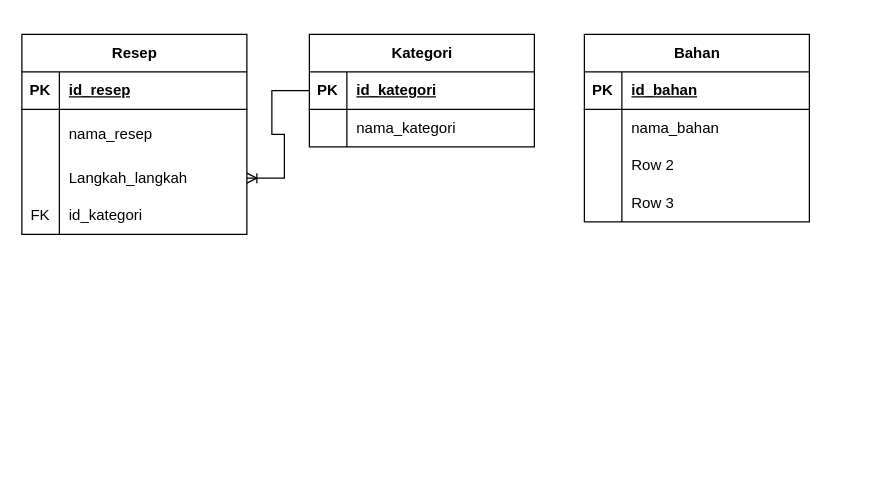
The draw.io diagram Diagram Tanpa Judul.drawio in kokowase/Resep-Makanan, before the edit. Source tidied: cells renumbered, new cells numbered last; positions are measured from the earlier drawing's top-left corner, leaving out a move shared by most shapes. Both pictures are drawn from the tidied source at 125%, with x=0, y=0 at pixel (21, 34).
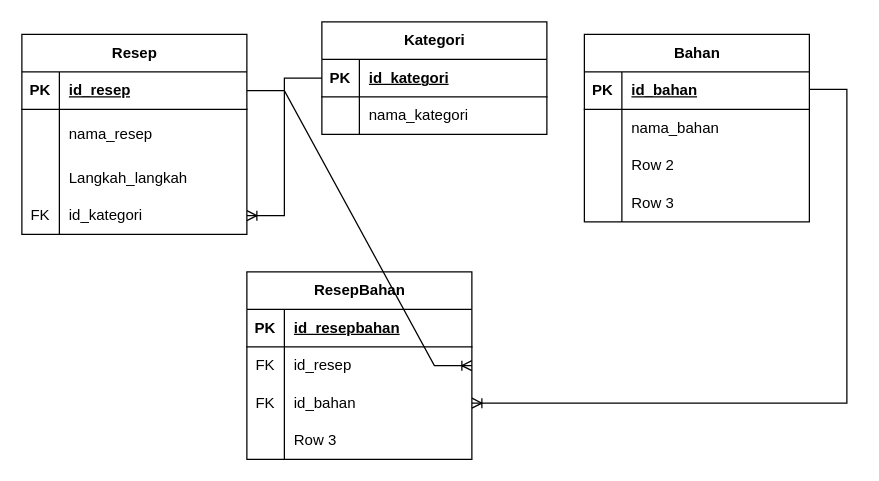
Above is the later version.

Unchanged cells that the change refers to:
```xml
<mxCell id="4" style="shape=tableRow;horizontal=0;startSize=0;swimlaneHead=0;swimlaneBody=0;fillColor=none;points=[[0,0.5],[1,0.5]];portConstraint=eastwest;top=0;left=0;right=0;bottom=1;" parent="3" vertex="1">
  <mxGeometry y="30" width="180" height="30" as="geometry" />
</mxCell>
<mxCell id="10" style="shape=tableRow;horizontal=0;startSize=0;swimlaneHead=0;swimlaneBody=0;fillColor=none;points=[[0,0.5],[1,0.5]];portConstraint=eastwest;top=0;left=0;right=0;bottom=0;" parent="3" vertex="1">
  <mxGeometry y="100" width="180" height="30" as="geometry" />
</mxCell>
<mxCell id="13" style="shape=tableRow;horizontal=0;startSize=0;swimlaneHead=0;swimlaneBody=0;fillColor=none;points=[[0,0.5],[1,0.5]];portConstraint=eastwest;top=0;left=0;right=0;bottom=0;" parent="3" vertex="1">
  <mxGeometry y="130" width="180" height="30" as="geometry" />
</mxCell>
<mxCell id="17" style="shape=tableRow;horizontal=0;startSize=0;swimlaneHead=0;swimlaneBody=0;fillColor=none;points=[[0,0.5],[1,0.5]];portConstraint=eastwest;top=0;left=0;right=0;bottom=1;" parent="16" vertex="1">
  <mxGeometry y="30" width="180" height="30" as="geometry" />
</mxCell>
```

The edit, as a diff of the source:
```diff
@@
-    <mxCell id="2" style="edgeStyle=entityRelationEdgeStyle;fontSize=12;html=1;endArrow=ERoneToMany;rounded=0;entryX=1;entryY=0.5;entryDx=0;entryDy=0;exitX=0;exitY=0.5;exitDx=0;exitDy=0;" parent="1" edge="1" source="17" target="10">
+    <mxCell id="2" style="edgeStyle=entityRelationEdgeStyle;fontSize=12;html=1;endArrow=ERoneToMany;rounded=0;entryX=1;entryY=0.5;entryDx=0;entryDy=0;exitX=0;exitY=0.5;exitDx=0;exitDy=0;" parent="1" edge="1" source="17" target="13">
       <mxGeometry relative="1" as="geometry" />
     </mxCell>
@@
     <mxCell id="16" value="Kategori" style="shape=table;startSize=30;childLayout=tableLayout;rowLines=0;fontStyle=1;align=center;html=1;" parent="1" vertex="1">
-      <mxGeometry x="230" width="180" height="90" as="geometry" />
+      <mxGeometry x="240" y="-10" width="180" height="90" as="geometry" />
     </mxCell>
@@
+    <mxCell id="36" value="ResepBahan" style="shape=table;startSize=30;childLayout=tableLayout;rowLines=0;fontStyle=1;align=center;html=1;" parent="1" vertex="1">
+      <mxGeometry x="180" y="190" width="180" height="150" as="geometry" />
+    </mxCell>
+    <mxCell id="37" style="shape=tableRow;horizontal=0;startSize=0;swimlaneHead=0;swimlaneBody=0;fillColor=none;top=0;left=0;right=0;bottom=1;" parent="36" vertex="1">
+      <mxGeometry y="30" width="180" height="30" as="geometry" />
+    </mxCell>
+    <mxCell id="38" value="PK" style="shape=partialRectangle;fillColor=none;top=0;left=0;bottom=0;right=0;fontStyle=1;overflow=hidden;whiteSpace=wrap;html=1;" parent="37" vertex="1">
+      <mxGeometry width="30" height="30" as="geometry" />
+    </mxCell>
+    <mxCell id="39" value="id_resepbahan" style="shape=partialRectangle;fillColor=none;top=0;left=0;bottom=0;right=0;align=left;spacingLeft=6;fontStyle=5;overflow=hidden;whiteSpace=wrap;html=1;" parent="37" vertex="1">
+      <mxGeometry x="30" width="150" height="30" as="geometry" />
+    </mxCell>
+    <mxCell id="40" style="shape=tableRow;horizontal=0;startSize=0;swimlaneHead=0;swimlaneBody=0;fillColor=none;points=[[0,0.5],[1,0.5]];portConstraint=eastwest;top=0;left=0;right=0;bottom=0;" parent="36" vertex="1">
+      <mxGeometry y="60" width="180" height="30" as="geometry" />
+    </mxCell>
+    <mxCell id="41" value="FK" style="shape=partialRectangle;fillColor=none;top=0;left=0;bottom=0;right=0;overflow=hidden;whiteSpace=wrap;html=1;" parent="40" vertex="1">
+      <mxGeometry width="30" height="30" as="geometry" />
+    </mxCell>
+    <mxCell id="42" value="id_resep" style="shape=partialRectangle;fillColor=none;top=0;left=0;bottom=0;right=0;align=left;spacingLeft=6;overflow=hidden;whiteSpace=wrap;html=1;" parent="40" vertex="1">
+      <mxGeometry x="30" width="150" height="30" as="geometry" />
+    </mxCell>
+    <mxCell id="43" style="shape=tableRow;horizontal=0;startSize=0;swimlaneHead=0;swimlaneBody=0;fillColor=none;points=[[0,0.5],[1,0.5]];portConstraint=eastwest;top=0;left=0;right=0;bottom=0;" parent="36" vertex="1">
+      <mxGeometry y="90" width="180" height="30" as="geometry" />
+    </mxCell>
+    <mxCell id="44" value="FK" style="shape=partialRectangle;fillColor=none;top=0;left=0;bottom=0;right=0;overflow=hidden;whiteSpace=wrap;html=1;" parent="43" vertex="1">
+      <mxGeometry width="30" height="30" as="geometry" />
+    </mxCell>
+    <mxCell id="45" value="id_bahan" style="shape=partialRectangle;fillColor=none;top=0;left=0;bottom=0;right=0;align=left;spacingLeft=6;overflow=hidden;whiteSpace=wrap;html=1;" parent="43" vertex="1">
+      <mxGeometry x="30" width="150" height="30" as="geometry" />
+    </mxCell>
+    <mxCell id="46" style="shape=tableRow;horizontal=0;startSize=0;swimlaneHead=0;swimlaneBody=0;fillColor=none;top=0;left=0;right=0;bottom=0;" parent="36" vertex="1">
+      <mxGeometry y="120" width="180" height="30" as="geometry" />
+    </mxCell>
+    <mxCell id="47" style="shape=partialRectangle;fillColor=none;top=0;left=0;bottom=0;right=0;overflow=hidden;whiteSpace=wrap;html=1;" parent="46" vertex="1">
+      <mxGeometry width="30" height="30" as="geometry" />
+    </mxCell>
+    <mxCell id="48" value="Row 3" style="shape=partialRectangle;fillColor=none;top=0;left=0;bottom=0;right=0;align=left;spacingLeft=6;overflow=hidden;whiteSpace=wrap;html=1;" parent="46" vertex="1">
+      <mxGeometry x="30" width="150" height="30" as="geometry" />
+    </mxCell>
+    <mxCell id="49" style="edgeStyle=entityRelationEdgeStyle;fontSize=12;html=1;endArrow=ERoneToMany;rounded=0;exitX=1;exitY=0.5;exitDx=0;exitDy=0;entryX=1;entryY=0.5;entryDx=0;entryDy=0;" parent="1" edge="1" source="4" target="40">
+      <mxGeometry relative="1" as="geometry" />
+    </mxCell>
+    <mxCell id="50" style="edgeStyle=entityRelationEdgeStyle;fontSize=12;html=1;endArrow=ERoneToMany;rounded=0;entryX=1;entryY=0.5;entryDx=0;entryDy=0;" parent="1" edge="1" target="43">
+      <mxGeometry relative="1" as="geometry">
+        <mxPoint x="630" y="44" as="sourcePoint" />
+      </mxGeometry>
+    </mxCell>
```
